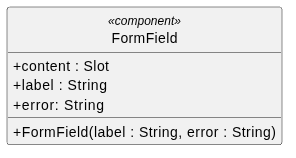
This is src/PB/DocumentazioneEsterna/Specifica_Tecnica/content/05-diagrammi-classi/uml/png/frontend/componenti/FormField.png from GroupRubberDuck/Documentazione, a PlantUML export, as it was before one commit. Its source is kept beside it as src/PB/DocumentazioneEsterna/Specifica_Tecnica/content/05-diagrammi-classi/uml/puml/Frontend/componenti_base/FormField.puml.
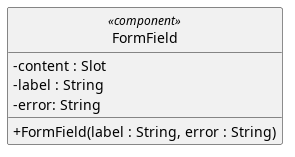
The same diagram one commit later.

Change to the diagram source:
```diff
@@ -8,7 +8,7 @@
 
 
 class FormField <<component>> {
-  + content : Slot
+  - content : Slot
   - label : String
   - error: String
   + FormField(label : String, error : String)
```
